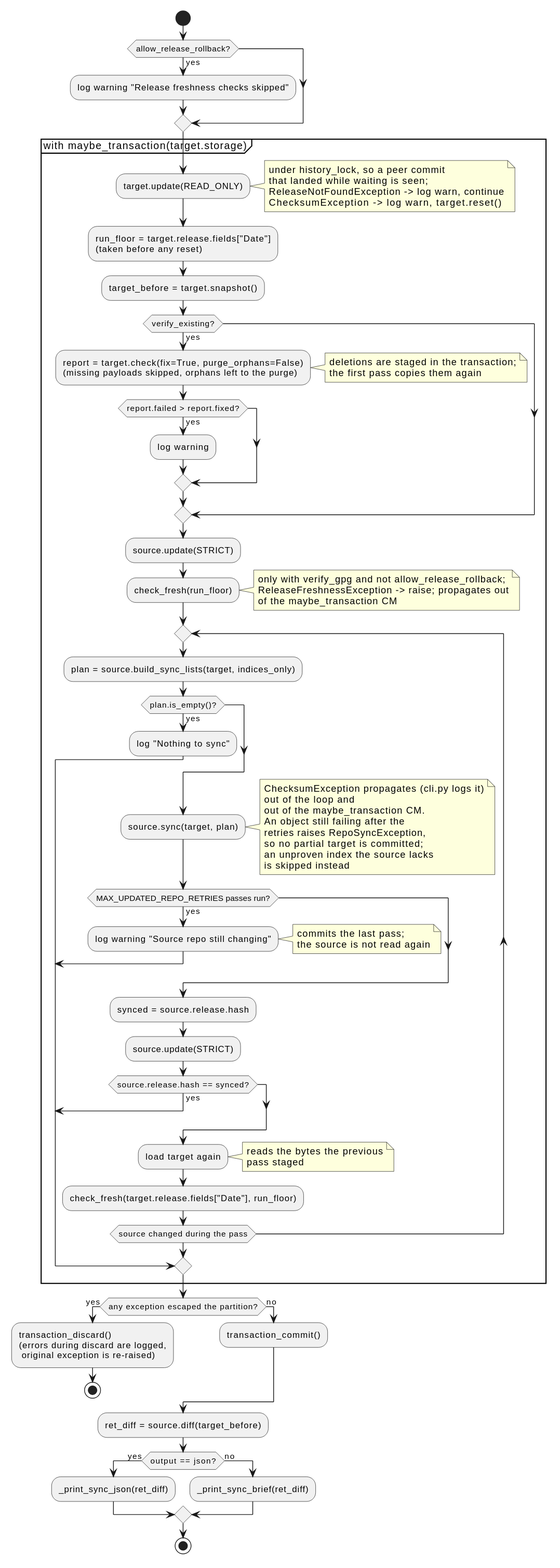
The PlantUML diagram docs/development/diagrams/action-sync-activity.svg in vinklat/debkit, before a commit. Its source is kept beside it as docs/development/diagrams/action-sync-activity.puml.
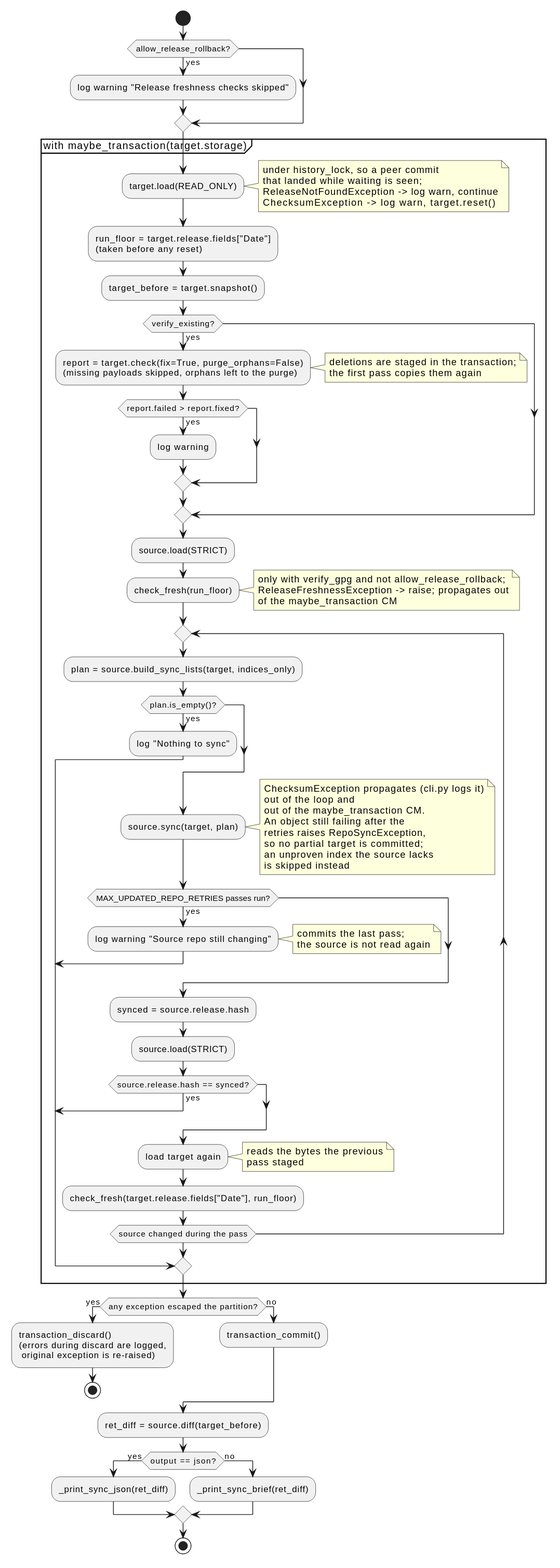
Later version of the same file.

Change to the diagram source:
```diff
@@ -5,7 +5,7 @@
 endif
 
 partition "with maybe_transaction(target.storage)" {
-  :target.update(READ_ONLY);
+  :target.load(READ_ONLY);
   note right
     under history_lock, so a peer commit
     that landed while waiting is seen;
@@ -26,7 +26,7 @@
       :log warning;
     endif
   endif
-  :source.update(STRICT);
+  :source.load(STRICT);
   :check_fresh(run_floor);
   note right
     only with verify_gpg and not allow_release_rollback;
@@ -56,7 +56,7 @@
       break
     endif
     :synced = source.release.hash;
-    :source.update(STRICT);
+    :source.load(STRICT);
     if (source.release.hash == synced?) then (yes)
       break
     endif
```
